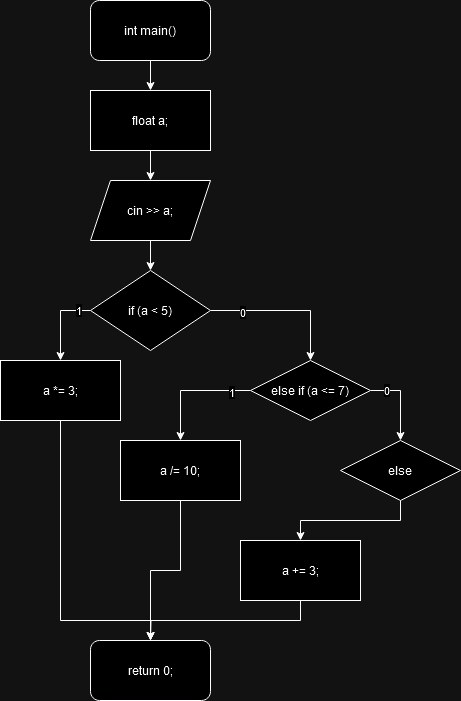
SifsnEr/pstu keeps this draw.io diagram as Sem_1/1/1_3/1_3.drawio.png. Above is the earlier version. Source tidied: cells renumbered, new cells last; positions are measured from the earlier drawing's top-left corner, leaving out a move shared by most shapes.
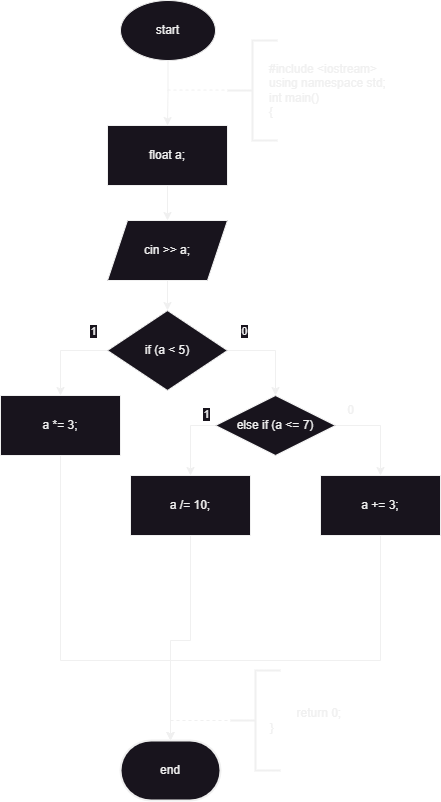
Later version of the same file.

What changed in the source:
```diff
@@ -2,93 +2,118 @@
   <root>
     <mxCell id="0" />
     <mxCell id="1" parent="0" />
-    <mxCell id="2" style="edgeStyle=orthogonalEdgeStyle;rounded=0;jettySize=auto;html=1;exitX=0.5;exitY=1;exitDx=0;exitDy=0;entryX=0.5;entryY=0;entryDx=0;entryDy=0;" parent="1" edge="1" source="3" target="6">
-      <mxGeometry relative="1" as="geometry" />
-    </mxCell>
-    <mxCell id="3" value="int main()" style="rounded=1;whiteSpace=wrap;html=1;" parent="1" vertex="1">
-      <mxGeometry x="90" width="120" height="60" as="geometry" />
-    </mxCell>
-    <mxCell id="4" value="return 0;" style="rounded=1;whiteSpace=wrap;html=1;" parent="1" vertex="1">
-      <mxGeometry x="90" y="640" width="120" height="60" as="geometry" />
-    </mxCell>
     <mxCell id="5" style="edgeStyle=orthogonalEdgeStyle;rounded=0;jettySize=auto;html=1;exitX=0.5;exitY=1;exitDx=0;exitDy=0;entryX=0.5;entryY=0;entryDx=0;entryDy=0;" parent="1" edge="1" source="6" target="8">
       <mxGeometry relative="1" as="geometry" />
     </mxCell>
     <mxCell id="6" value="float a;" style="rounded=0;whiteSpace=wrap;html=1;" parent="1" vertex="1">
-      <mxGeometry x="90" y="90" width="120" height="60" as="geometry" />
+      <mxGeometry x="67" y="125" width="120" height="60" as="geometry" />
     </mxCell>
     <mxCell id="7" style="edgeStyle=orthogonalEdgeStyle;rounded=0;jettySize=auto;html=1;exitX=0.5;exitY=1;exitDx=0;exitDy=0;entryX=0.5;entryY=0;entryDx=0;entryDy=0;" parent="1" edge="1" source="8" target="13">
       <mxGeometry relative="1" as="geometry" />
     </mxCell>
     <mxCell id="8" value="cin &amp;gt;&amp;gt; a;" style="shape=parallelogram;perimeter=parallelogramPerimeter;whiteSpace=wrap;html=1;fixedSize=1;" parent="1" vertex="1">
-      <mxGeometry x="90" y="180" width="120" height="60" as="geometry" />
+      <mxGeometry x="67" y="220" width="120" height="60" as="geometry" />
     </mxCell>
     <mxCell id="9" style="edgeStyle=orthogonalEdgeStyle;rounded=0;jettySize=auto;html=1;exitX=0;exitY=0.5;exitDx=0;exitDy=0;entryX=0.5;entryY=0;entryDx=0;entryDy=0;" parent="1" edge="1" source="13" target="15">
       <mxGeometry relative="1" as="geometry" />
     </mxCell>
     <mxCell id="10" value="1" style="edgeLabel;html=1;align=center;verticalAlign=middle;" parent="9" vertex="1">
-      <mxGeometry x="-0.68" y="-1" relative="1" as="geometry" />
+      <mxGeometry x="-0.68" y="-1" relative="1" as="geometry">
+        <mxPoint y="-19" as="offset" />
+      </mxGeometry>
     </mxCell>
     <mxCell id="11" style="edgeStyle=orthogonalEdgeStyle;rounded=0;jettySize=auto;html=1;exitX=1;exitY=0.5;exitDx=0;exitDy=0;entryX=0.5;entryY=0;entryDx=0;entryDy=0;" parent="1" edge="1" source="13" target="20">
       <mxGeometry relative="1" as="geometry" />
     </mxCell>
     <mxCell id="12" value="0" style="edgeLabel;html=1;align=center;verticalAlign=middle;" parent="11" vertex="1">
-      <mxGeometry x="-0.59" y="-1" relative="1" as="geometry" />
+      <mxGeometry x="-0.59" y="-1" relative="1" as="geometry">
+        <mxPoint x="-3" y="-21" as="offset" />
+      </mxGeometry>
     </mxCell>
     <mxCell id="13" value="if (a &amp;lt; 5)" style="rhombus;whiteSpace=wrap;html=1;" parent="1" vertex="1">
-      <mxGeometry x="90" y="270" width="120" height="80" as="geometry" />
+      <mxGeometry x="67" y="310" width="120" height="80" as="geometry" />
     </mxCell>
-    <mxCell id="14" style="edgeStyle=orthogonalEdgeStyle;rounded=0;jettySize=auto;html=1;exitX=0.5;exitY=1;exitDx=0;exitDy=0;" parent="1" edge="1" source="15" target="4">
+    <mxCell id="14" style="edgeStyle=orthogonalEdgeStyle;rounded=0;jettySize=auto;html=1;exitX=0.5;exitY=1;exitDx=0;exitDy=0;entryX=0.5;entryY=0;entryDx=0;entryDy=0;entryPerimeter=0;" parent="1" edge="1" source="15" target="30">
       <mxGeometry relative="1" as="geometry">
         <Array as="points">
-          <mxPoint x="60" y="620" />
-          <mxPoint x="150" y="620" />
+          <mxPoint x="20" y="660" />
+          <mxPoint x="130" y="660" />
         </Array>
       </mxGeometry>
     </mxCell>
     <mxCell id="15" value="a *= 3;" style="rounded=0;whiteSpace=wrap;html=1;" parent="1" vertex="1">
-      <mxGeometry y="360" width="120" height="60" as="geometry" />
+      <mxGeometry x="-40" y="395" width="120" height="60" as="geometry" />
     </mxCell>
     <mxCell id="16" style="edgeStyle=orthogonalEdgeStyle;rounded=0;jettySize=auto;html=1;exitX=0;exitY=0.5;exitDx=0;exitDy=0;entryX=0.5;entryY=0;entryDx=0;entryDy=0;" parent="1" edge="1" source="20" target="22">
       <mxGeometry relative="1" as="geometry" />
     </mxCell>
     <mxCell id="17" value="1" style="edgeLabel;html=1;align=center;verticalAlign=middle;" parent="16" vertex="1">
-      <mxGeometry x="-0.67" y="1" relative="1" as="geometry" />
+      <mxGeometry x="-0.67" y="1" relative="1" as="geometry">
+        <mxPoint x="2" y="-13" as="offset" />
+      </mxGeometry>
     </mxCell>
-    <mxCell id="18" style="edgeStyle=orthogonalEdgeStyle;rounded=0;jettySize=auto;html=1;exitX=1;exitY=0.5;exitDx=0;exitDy=0;entryX=0.5;entryY=0;entryDx=0;entryDy=0;" parent="1" edge="1" source="20" target="24">
-      <mxGeometry relative="1" as="geometry" />
-    </mxCell>
-    <mxCell id="19" value="0" style="edgeLabel;html=1;align=center;verticalAlign=middle;" parent="18" vertex="1">
-      <mxGeometry x="-0.62" y="1" relative="1" as="geometry" />
-    </mxCell>
+    <mxCell id="27" style="edgeStyle=orthogonalEdgeStyle;rounded=0;jettySize=auto;html=1;exitX=1;exitY=0.5;exitDx=0;exitDy=0;entryX=0.5;entryY=0;entryDx=0;entryDy=0;" parent="1" edge="1" source="20" target="26">
+      <mxGeometry relative="1" as="geometry" />
+    </mxCell>
     <mxCell id="20" value="else if (a &amp;lt;= 7)" style="rhombus;whiteSpace=wrap;html=1;" parent="1" vertex="1">
-      <mxGeometry x="250" y="360" width="120" height="60" as="geometry" />
+      <mxGeometry x="175" y="395" width="120" height="60" as="geometry" />
     </mxCell>
-    <mxCell id="21" style="edgeStyle=orthogonalEdgeStyle;rounded=0;jettySize=auto;html=1;exitX=0.5;exitY=1;exitDx=0;exitDy=0;" parent="1" edge="1" source="22">
+    <mxCell id="21" style="edgeStyle=orthogonalEdgeStyle;rounded=0;jettySize=auto;html=1;exitX=0.5;exitY=1;exitDx=0;exitDy=0;entryX=0.5;entryY=0;entryDx=0;entryDy=0;entryPerimeter=0;" parent="1" edge="1" source="22" target="30">
       <mxGeometry relative="1" as="geometry">
-        <mxPoint x="150" y="640" as="targetPoint" />
         <Array as="points">
-          <mxPoint x="180" y="570" />
-          <mxPoint x="150" y="570" />
+          <mxPoint x="150" y="640" />
+          <mxPoint x="130" y="640" />
         </Array>
       </mxGeometry>
     </mxCell>
     <mxCell id="22" value="a /= 10;" style="rounded=0;whiteSpace=wrap;html=1;" parent="1" vertex="1">
-      <mxGeometry x="120" y="440" width="120" height="60" as="geometry" />
+      <mxGeometry x="90" y="475" width="120" height="60" as="geometry" />
     </mxCell>
-    <mxCell id="23" style="edgeStyle=orthogonalEdgeStyle;rounded=0;jettySize=auto;html=1;exitX=0.5;exitY=1;exitDx=0;exitDy=0;entryX=0.5;entryY=0;entryDx=0;entryDy=0;" parent="1" edge="1" source="24" target="26">
-      <mxGeometry relative="1" as="geometry" />
-    </mxCell>
-    <mxCell id="24" value="else" style="rhombus;whiteSpace=wrap;html=1;" parent="1" vertex="1">
-      <mxGeometry x="340" y="440" width="120" height="60" as="geometry" />
-    </mxCell>
-    <mxCell id="25" style="edgeStyle=orthogonalEdgeStyle;rounded=0;jettySize=auto;html=1;exitX=0.5;exitY=1;exitDx=0;exitDy=0;" parent="1" edge="1" source="26">
+    <mxCell id="25" style="edgeStyle=orthogonalEdgeStyle;rounded=0;jettySize=auto;html=1;exitX=0.5;exitY=1;exitDx=0;exitDy=0;entryX=0.5;entryY=0;entryDx=0;entryDy=0;entryPerimeter=0;" parent="1" edge="1" source="26" target="30">
       <mxGeometry relative="1" as="geometry">
-        <mxPoint x="150" y="640" as="targetPoint" />
+        <Array as="points">
+          <mxPoint x="340" y="660" />
+          <mxPoint x="130" y="660" />
+        </Array>
       </mxGeometry>
     </mxCell>
     <mxCell id="26" value="a += 3;" style="rounded=0;whiteSpace=wrap;html=1;" parent="1" vertex="1">
-      <mxGeometry x="240" y="540" width="120" height="60" as="geometry" />
+      <mxGeometry x="280" y="475" width="120" height="60" as="geometry" />
     </mxCell>
+    <mxCell id="28" style="strokeWidth=2;html=1;shape=mxgraph.flowchart.annotation_2;align=left;labelPosition=right;" parent="1" vertex="1">
+      <mxGeometry x="190" y="670" width="50" height="100" as="geometry" />
+    </mxCell>
+    <mxCell id="29" value="&lt;div&gt;&lt;span style=&quot;white-space: pre;&quot;&gt;&#9;&lt;/span&gt;return 0;&lt;/div&gt;&lt;div style=&quot;text-align: left;&quot;&gt;}&lt;/div&gt;" style="text;html=1;align=center;verticalAlign=middle;strokeColor=none;fillColor=none;" parent="1" vertex="1">
+      <mxGeometry x="220" y="700" width="90" height="40" as="geometry" />
+    </mxCell>
+    <mxCell id="30" value="end" style="strokeWidth=2;html=1;shape=mxgraph.flowchart.terminator;whiteSpace=wrap;" parent="1" vertex="1">
+      <mxGeometry x="80" y="740" width="100" height="60" as="geometry" />
+    </mxCell>
+    <mxCell id="31" style="endArrow=none;dashed=1;html=1;rounded=0;entryX=0;entryY=0.5;entryDx=0;entryDy=0;entryPerimeter=0;" parent="1" edge="1" target="28">
+      <mxGeometry relative="1" as="geometry">
+        <mxPoint x="130" y="720" as="sourcePoint" />
+      </mxGeometry>
+    </mxCell>
+    <mxCell id="32" style="edgeStyle=orthogonalEdgeStyle;rounded=0;jettySize=auto;html=1;exitX=0.5;exitY=1;exitDx=0;exitDy=0;entryX=0.5;entryY=0;entryDx=0;entryDy=0;" parent="1" edge="1" source="33" target="6">
+      <mxGeometry relative="1" as="geometry" />
+    </mxCell>
+    <mxCell id="33" value="start" style="ellipse;whiteSpace=wrap;html=1;" parent="1" vertex="1">
+      <mxGeometry x="80" width="95" height="60" as="geometry" />
+    </mxCell>
+    <mxCell id="34" style="strokeWidth=2;html=1;shape=mxgraph.flowchart.annotation_2;align=left;labelPosition=right;" parent="1" vertex="1">
+      <mxGeometry x="187" y="40" width="50" height="100" as="geometry" />
+    </mxCell>
+    <mxCell id="35" value="&lt;div&gt;#include &amp;lt;iostream&amp;gt;&lt;/div&gt;&lt;div&gt;using namespace std;&lt;/div&gt;&lt;div&gt;int main()&lt;/div&gt;&lt;div&gt;{&lt;/div&gt;" style="text;html=1;align=left;verticalAlign=middle;strokeColor=none;fillColor=none;" parent="1" vertex="1">
+      <mxGeometry x="227" y="55" width="140" height="70" as="geometry" />
+    </mxCell>
+    <mxCell id="36" style="endArrow=none;dashed=1;html=1;rounded=0;entryX=0;entryY=0.5;entryDx=0;entryDy=0;entryPerimeter=0;" parent="1" edge="1">
+      <mxGeometry relative="1" as="geometry">
+        <mxPoint x="127" y="89.6" as="sourcePoint" />
+        <mxPoint x="187" y="89.6" as="targetPoint" />
+      </mxGeometry>
+    </mxCell>
+    <mxCell id="19" value="0" style="text;html=1;align=center;verticalAlign=middle;strokeColor=none;fillColor=none;" parent="1" vertex="1">
+      <mxGeometry x="295" y="395" width="30" height="30" as="geometry" />
+    </mxCell>
   </root>
 </mxGraphModel>
```
